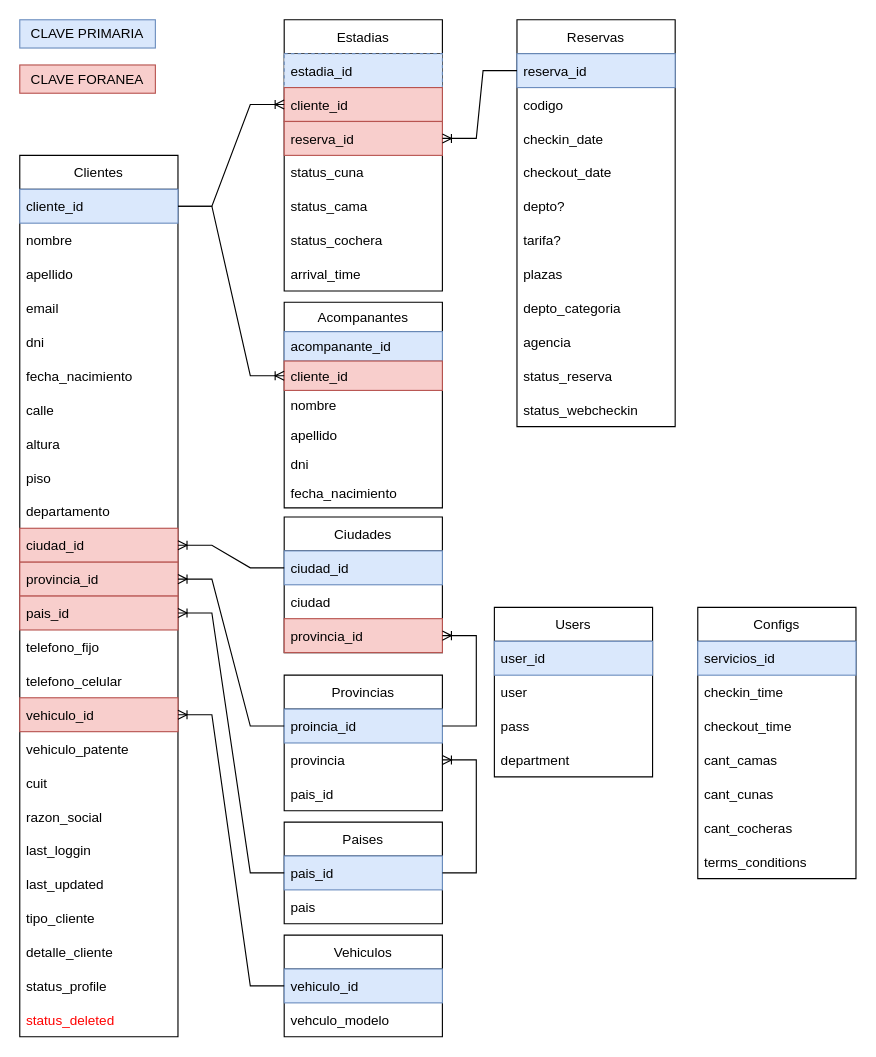
Before: page "DB" (1 of 5) of web-checkin/hotel-web-checkin.drawio in danielo101/db-diagrams, a draw.io diagram. Source tidied: cells renumbered, new cells numbered last; positions are measured from the earlier drawing's top-left corner, leaving out a move shared by most shapes. Both pictures are drawn from the tidied source at 113%, with x=0, y=0 at pixel (19, 19).
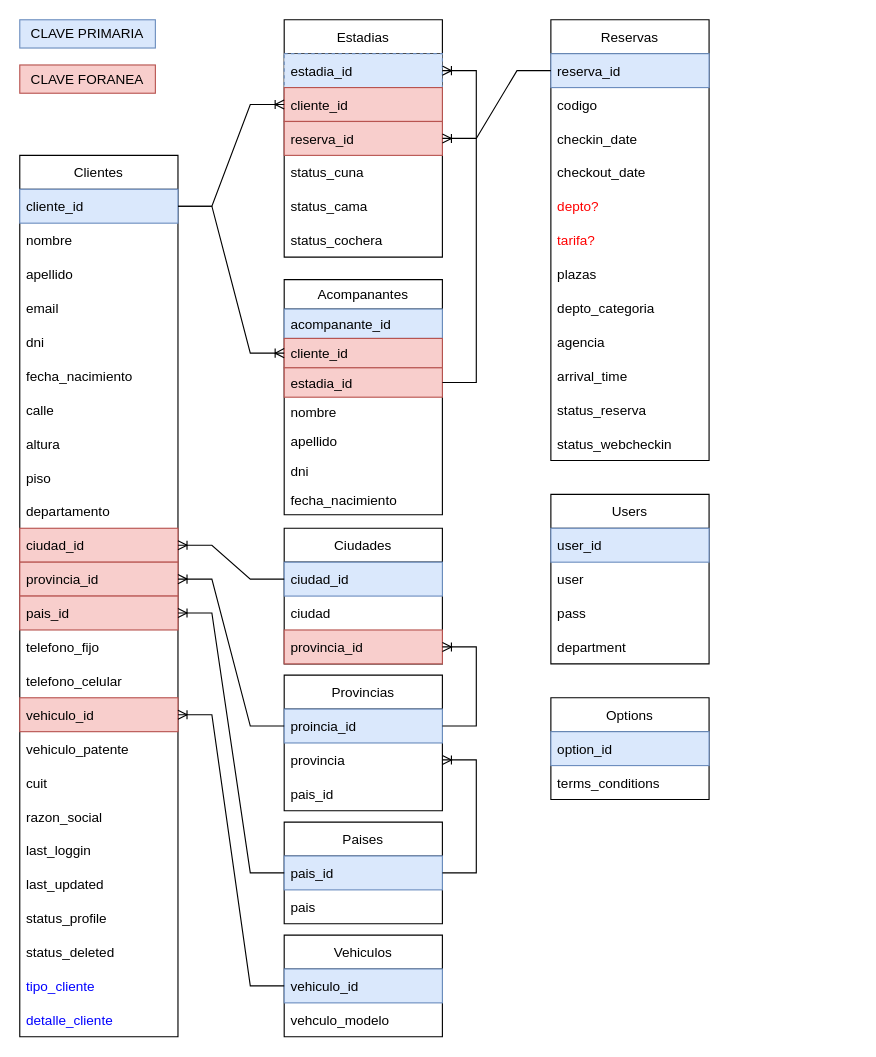
The same diagram, later.

Unchanged cells that the change refers to:
```xml
<mxCell id="19" value="Clientes" style="swimlane;fontStyle=0;horizontal=1;startSize=30;" parent="1" vertex="1">
  <mxGeometry y="120" width="140" height="780" as="geometry" />
</mxCell>
<mxCell id="46" value="estadia_id" style="text;strokeColor=#6c8ebf;fillColor=#dae8fc;align=left;verticalAlign=middle;spacingLeft=4;spacingRight=4;overflow=hidden;points=[[0,0.5],[1,0.5]];portConstraint=eastwest;dashed=1;labelBorderColor=none;" parent="45" vertex="1">
  <mxGeometry y="30" width="140" height="30" as="geometry" />
</mxCell>
```

Change to the diagram source:
```diff
@@
     <mxCell id="2" value="Users" style="swimlane;fontStyle=0;horizontal=1;startSize=30;" parent="1" vertex="1">
-      <mxGeometry x="420" y="520" width="140" height="150" as="geometry" />
+      <mxGeometry x="470" y="420" width="140" height="150" as="geometry" />
     </mxCell>
@@
     <mxCell id="7" value="Reservas" style="swimlane;fontStyle=0;horizontal=1;startSize=30;" parent="1" vertex="1">
-      <mxGeometry x="440" width="140" height="360" as="geometry" />
+      <mxGeometry x="470" width="140" height="390" as="geometry" />
     </mxCell>
@@
-    <mxCell id="12" value="depto?" style="text;strokeColor=none;fillColor=none;align=left;verticalAlign=middle;spacingLeft=4;spacingRight=4;overflow=hidden;" parent="7" vertex="1">
+    <mxCell id="12" value="depto?" style="text;strokeColor=none;fillColor=none;align=left;verticalAlign=middle;spacingLeft=4;spacingRight=4;overflow=hidden;fontColor=#FF0000;" parent="7" vertex="1">
       <mxGeometry y="150" width="140" height="30" as="geometry" />
     </mxCell>
-    <mxCell id="13" value="tarifa?" style="text;strokeColor=none;fillColor=none;align=left;verticalAlign=middle;spacingLeft=4;spacingRight=4;overflow=hidden;" parent="7" vertex="1">
+    <mxCell id="13" value="tarifa?" style="text;strokeColor=none;fillColor=none;align=left;verticalAlign=middle;spacingLeft=4;spacingRight=4;overflow=hidden;fontColor=#FF0000;" parent="7" vertex="1">
       <mxGeometry y="180" width="140" height="30" as="geometry" />
     </mxCell>
@@
+    <mxCell id="52" value="arrival_time" style="text;strokeColor=none;fillColor=none;align=left;verticalAlign=middle;spacingLeft=4;spacingRight=4;overflow=hidden;dashed=1;labelBorderColor=none;" parent="7" vertex="1">
+      <mxGeometry y="300" width="140" height="30" as="geometry" />
+    </mxCell>
     <mxCell id="17" value="status_reserva" style="text;strokeColor=none;fillColor=none;align=left;verticalAlign=middle;spacingLeft=4;spacingRight=4;overflow=hidden;" parent="7" vertex="1">
-      <mxGeometry y="300" width="140" height="30" as="geometry" />
+      <mxGeometry y="330" width="140" height="30" as="geometry" />
     </mxCell>
     <mxCell id="18" value="status_webcheckin" style="text;strokeColor=none;fillColor=none;align=left;verticalAlign=middle;spacingLeft=4;spacingRight=4;overflow=hidden;dashed=1;labelBorderColor=none;" parent="7" vertex="1">
-      <mxGeometry y="330" width="140" height="30" as="geometry" />
+      <mxGeometry y="360" width="140" height="30" as="geometry" />
     </mxCell>
@@
-    <mxCell id="21" value="nombre" style="text;strokeColor=none;fillColor=none;align=left;verticalAlign=middle;spacingLeft=4;spacingRight=4;overflow=hidden;" parent="19" vertex="1">
+    <mxCell id="21" value="nombre" style="text;strokeColor=none;fillColor=none;align=left;verticalAlign=middle;spacingLeft=4;spacingRight=4;overflow=hidden;fontSize=12;" parent="19" vertex="1">
       <mxGeometry y="60" width="140" height="30" as="geometry" />
     </mxCell>
@@
+    <mxCell id="43" value="status_profile" style="text;strokeColor=none;fillColor=none;align=left;verticalAlign=middle;spacingLeft=4;spacingRight=4;overflow=hidden;fontColor=#000000;" parent="19" vertex="1">
+      <mxGeometry y="660" width="140" height="30" as="geometry" />
+    </mxCell>
+    <mxCell id="44" value="status_deleted" style="text;strokeColor=none;fillColor=none;align=left;verticalAlign=middle;spacingLeft=4;spacingRight=4;overflow=hidden;fontColor=#000000;" parent="19" vertex="1">
+      <mxGeometry y="690" width="140" height="30" as="geometry" />
+    </mxCell>
-    <mxCell id="41" value="tipo_cliente" style="text;strokeColor=none;fillColor=none;align=left;verticalAlign=middle;spacingLeft=4;spacingRight=4;overflow=hidden;fontColor=#000000;" parent="19" vertex="1">
-      <mxGeometry y="660" width="140" height="30" as="geometry" />
+    <mxCell id="41" value="tipo_cliente" style="text;strokeColor=none;fillColor=none;align=left;verticalAlign=middle;spacingLeft=4;spacingRight=4;overflow=hidden;fontColor=#0000FF;" parent="19" vertex="1">
+      <mxGeometry y="720" width="140" height="30" as="geometry" />
     </mxCell>
-    <mxCell id="42" value="detalle_cliente" style="text;strokeColor=none;fillColor=none;align=left;verticalAlign=middle;spacingLeft=4;spacingRight=4;overflow=hidden;fontColor=#000000;" parent="19" vertex="1">
-      <mxGeometry y="690" width="140" height="30" as="geometry" />
+    <mxCell id="42" value="detalle_cliente" style="text;strokeColor=none;fillColor=none;align=left;verticalAlign=middle;spacingLeft=4;spacingRight=4;overflow=hidden;fontColor=#0000FF;" parent="19" vertex="1">
+      <mxGeometry y="750" width="140" height="30" as="geometry" />
     </mxCell>
-    <mxCell id="43" value="status_profile" style="text;strokeColor=none;fillColor=none;align=left;verticalAlign=middle;spacingLeft=4;spacingRight=4;overflow=hidden;fontColor=#000000;" parent="19" vertex="1">
-      <mxGeometry y="720" width="140" height="30" as="geometry" />
-    </mxCell>
-    <mxCell id="44" value="status_deleted" style="text;strokeColor=none;fillColor=none;align=left;verticalAlign=middle;spacingLeft=4;spacingRight=4;overflow=hidden;fontColor=#FF0000;" parent="19" vertex="1">
-      <mxGeometry y="750" width="140" height="30" as="geometry" />
-    </mxCell>
     <mxCell id="45" value="Estadias" style="swimlane;fontStyle=0;horizontal=1;startSize=30;" parent="1" vertex="1">
-      <mxGeometry x="234" width="140" height="240" as="geometry" />
+      <mxGeometry x="234" width="140" height="210" as="geometry" />
     </mxCell>
@@
-    <mxCell id="52" value="arrival_time" style="text;strokeColor=none;fillColor=none;align=left;verticalAlign=middle;spacingLeft=4;spacingRight=4;overflow=hidden;dashed=1;labelBorderColor=none;" parent="45" vertex="1">
-      <mxGeometry y="210" width="140" height="30" as="geometry" />
-    </mxCell>
@@
     <mxCell id="65" value="Ciudades" style="swimlane;fontStyle=0;horizontal=1;startSize=30;labelBorderColor=none;fontColor=#000000;strokeColor=default;fillColor=none;" parent="1" vertex="1">
-      <mxGeometry x="234" y="440" width="140" height="120" as="geometry" />
+      <mxGeometry x="234" y="450" width="140" height="120" as="geometry" />
     </mxCell>
@@
-    <mxCell id="76" value="Configs" style="swimlane;fontStyle=0;horizontal=1;startSize=30;fontColor=#000000;" parent="1" vertex="1">
-      <mxGeometry x="600" y="520" width="140" height="240" as="geometry" />
+    <mxCell id="76" value="Options" style="swimlane;fontStyle=0;horizontal=1;startSize=30;fontColor=#000000;" parent="1" vertex="1">
+      <mxGeometry x="470" y="600" width="140" height="90" as="geometry" />
     </mxCell>
-    <mxCell id="77" value="servicios_id" style="text;strokeColor=#6c8ebf;fillColor=#dae8fc;align=left;verticalAlign=middle;spacingLeft=4;spacingRight=4;overflow=hidden;" parent="76" vertex="1">
+    <mxCell id="77" value="option_id" style="text;strokeColor=#6c8ebf;fillColor=#dae8fc;align=left;verticalAlign=middle;spacingLeft=4;spacingRight=4;overflow=hidden;" parent="76" vertex="1">
       <mxGeometry y="30" width="140" height="30" as="geometry" />
     </mxCell>
-    <mxCell id="78" value="checkin_time" style="text;strokeColor=none;fillColor=none;align=left;verticalAlign=middle;spacingLeft=4;spacingRight=4;overflow=hidden;fontColor=#000000;" parent="76" vertex="1">
-      <mxGeometry y="60" width="140" height="30" as="geometry" />
-    </mxCell>
-    <mxCell id="79" value="checkout_time" style="text;strokeColor=none;fillColor=none;align=left;verticalAlign=middle;spacingLeft=4;spacingRight=4;overflow=hidden;fontColor=#000000;" parent="76" vertex="1">
-      <mxGeometry y="90" width="140" height="30" as="geometry" />
-    </mxCell>
-    <mxCell id="80" value="cant_camas" style="text;strokeColor=none;fillColor=none;align=left;verticalAlign=middle;spacingLeft=4;spacingRight=4;overflow=hidden;fontColor=#000000;" parent="76" vertex="1">
-      <mxGeometry y="120" width="140" height="30" as="geometry" />
-    </mxCell>
-    <mxCell id="81" value="cant_cunas" style="text;strokeColor=none;fillColor=none;align=left;verticalAlign=middle;spacingLeft=4;spacingRight=4;overflow=hidden;fontColor=#000000;" parent="76" vertex="1">
-      <mxGeometry y="150" width="140" height="30" as="geometry" />
-    </mxCell>
-    <mxCell id="82" value="cant_cocheras" style="text;strokeColor=none;fillColor=none;align=left;verticalAlign=middle;spacingLeft=4;spacingRight=4;overflow=hidden;fontColor=#000000;" parent="76" vertex="1">
-      <mxGeometry y="180" width="140" height="30" as="geometry" />
-    </mxCell>
     <mxCell id="83" value="terms_conditions" style="text;strokeColor=none;fillColor=none;align=left;verticalAlign=middle;spacingLeft=4;spacingRight=4;overflow=hidden;fontColor=#000000;" parent="76" vertex="1">
-      <mxGeometry y="210" width="140" height="30" as="geometry" />
+      <mxGeometry y="60" width="140" height="30" as="geometry" />
     </mxCell>
     <mxCell id="84" value="Acompanantes" style="swimlane;fontStyle=0;horizontal=1;startSize=26;fillColor=none;" parent="1" vertex="1">
-      <mxGeometry x="234" y="250" width="140" height="182" as="geometry" />
+      <mxGeometry x="234" y="230" width="140" height="208" as="geometry" />
     </mxCell>
@@
+    <mxCell id="93" value="estadia_id" style="text;strokeColor=#b85450;fillColor=#f8cecc;align=left;verticalAlign=top;spacingLeft=4;spacingRight=4;overflow=hidden;points=[[0,0.5],[1,0.5]];portConstraint=eastwest;" parent="84" vertex="1">
+      <mxGeometry y="78" width="140" height="26" as="geometry" />
+    </mxCell>
     <mxCell id="87" value="nombre" style="text;strokeColor=none;fillColor=none;align=left;verticalAlign=top;spacingLeft=4;spacingRight=4;overflow=hidden;" parent="84" vertex="1">
-      <mxGeometry y="78" width="140" height="26" as="geometry" />
+      <mxGeometry y="104" width="140" height="26" as="geometry" />
     </mxCell>
     <mxCell id="88" value="apellido" style="text;strokeColor=none;fillColor=none;align=left;verticalAlign=top;spacingLeft=4;spacingRight=4;overflow=hidden;" parent="84" vertex="1">
-      <mxGeometry y="104" width="140" height="26" as="geometry" />
+      <mxGeometry y="130" width="140" height="26" as="geometry" />
     </mxCell>
     <mxCell id="89" value="dni" style="text;strokeColor=none;fillColor=none;align=left;verticalAlign=top;spacingLeft=4;spacingRight=4;overflow=hidden;" parent="84" vertex="1">
-      <mxGeometry y="130" width="140" height="26" as="geometry" />
+      <mxGeometry y="156" width="140" height="26" as="geometry" />
     </mxCell>
     <mxCell id="90" value="fecha_nacimiento" style="text;strokeColor=none;fillColor=none;align=left;verticalAlign=top;spacingLeft=4;spacingRight=4;overflow=hidden;" parent="84" vertex="1">
-      <mxGeometry y="156" width="140" height="26" as="geometry" />
+      <mxGeometry y="182" width="140" height="26" as="geometry" />
     </mxCell>
@@
+    <mxCell id="94" style="edgeStyle=entityRelationEdgeStyle;fontSize=12;html=1;endArrow=ERoneToMany;rounded=0;entryX=1;entryY=0.5;entryDx=0;entryDy=0;exitX=1;exitY=0.5;exitDx=0;exitDy=0;" parent="1" edge="1" source="93" target="46">
+      <mxGeometry relative="1" as="geometry" />
+    </mxCell>
```
